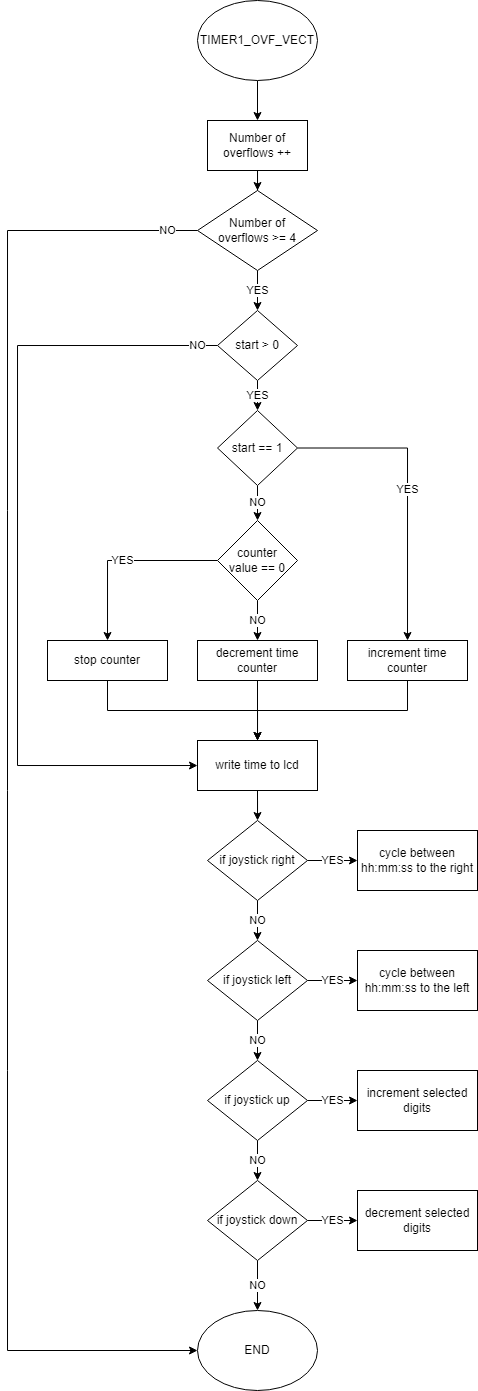
Above: images/TIMER1_flowchart.png in xDocka15/DE2_Projekt (draw.io), before the change. Source tidied: cells renumbered, new cells last; positions are measured from the earlier drawing's top-left corner, leaving out a move shared by most shapes. The source it was exported from:
```xml
<mxGraphModel>
  <root>
    <mxCell id="0" />
    <mxCell id="1" parent="0" />
    <mxCell id="2" style="edgeStyle=orthogonalEdgeStyle;rounded=0;jettySize=auto;html=1;exitX=0.5;exitY=1;exitDx=0;exitDy=0;" parent="1" edge="1" source="3" target="5">
      <mxGeometry relative="1" as="geometry" />
    </mxCell>
    <mxCell id="3" value="TIMER1_OVF_VECT" style="ellipse;whiteSpace=wrap;html=1;" parent="1" vertex="1">
      <mxGeometry x="190" width="120" height="80" as="geometry" />
    </mxCell>
    <mxCell id="4" style="edgeStyle=orthogonalEdgeStyle;rounded=0;jettySize=auto;html=1;exitX=0.5;exitY=1;exitDx=0;exitDy=0;" parent="1" edge="1" source="5" target="8">
      <mxGeometry relative="1" as="geometry" />
    </mxCell>
    <mxCell id="5" value="Number of &lt;br&gt;overflows ++" style="rounded=0;whiteSpace=wrap;html=1;" parent="1" vertex="1">
      <mxGeometry x="200" y="120" width="100" height="50" as="geometry" />
    </mxCell>
    <mxCell id="6" value="YES" style="edgeStyle=orthogonalEdgeStyle;rounded=0;jettySize=auto;html=1;exitX=0.5;exitY=1;exitDx=0;exitDy=0;" parent="1" edge="1" source="8" target="11">
      <mxGeometry relative="1" as="geometry" />
    </mxCell>
    <mxCell id="7" value="NO" style="edgeStyle=orthogonalEdgeStyle;rounded=0;jettySize=auto;html=1;exitX=0;exitY=0.5;exitDx=0;exitDy=0;entryX=0;entryY=0.5;entryDx=0;entryDy=0;" parent="1" edge="1" source="8" target="26">
      <mxGeometry x="-0.96" relative="1" as="geometry">
        <Array as="points">
          <mxPoint y="230" />
          <mxPoint y="1350" />
        </Array>
      </mxGeometry>
    </mxCell>
    <mxCell id="8" value="Number of&lt;br&gt;overflows &amp;gt;= 4" style="rhombus;whiteSpace=wrap;html=1;" parent="1" vertex="1">
      <mxGeometry x="190" y="190" width="120" height="80" as="geometry" />
    </mxCell>
    <mxCell id="9" value="YES" style="edgeStyle=orthogonalEdgeStyle;rounded=0;jettySize=auto;html=1;exitX=0.5;exitY=1;exitDx=0;exitDy=0;" parent="1" edge="1" source="11" target="14">
      <mxGeometry relative="1" as="geometry" />
    </mxCell>
    <mxCell id="10" value="NO" style="edgeStyle=orthogonalEdgeStyle;rounded=0;jettySize=auto;html=1;exitX=0;exitY=0.5;exitDx=0;exitDy=0;" parent="1" edge="1" source="11" target="25">
      <mxGeometry x="-0.95" relative="1" as="geometry">
        <Array as="points">
          <mxPoint x="10" y="345" />
          <mxPoint x="10" y="765" />
        </Array>
      </mxGeometry>
    </mxCell>
    <mxCell id="11" value="start &amp;gt; 0" style="rhombus;whiteSpace=wrap;html=1;" parent="1" vertex="1">
      <mxGeometry x="210" y="310" width="80" height="70" as="geometry" />
    </mxCell>
    <mxCell id="12" value="YES" style="edgeStyle=orthogonalEdgeStyle;rounded=0;jettySize=auto;html=1;exitX=1;exitY=0.5;exitDx=0;exitDy=0;" parent="1" edge="1" source="14" target="16">
      <mxGeometry relative="1" as="geometry" />
    </mxCell>
    <mxCell id="13" value="NO" style="edgeStyle=orthogonalEdgeStyle;rounded=0;jettySize=auto;html=1;exitX=0.5;exitY=1;exitDx=0;exitDy=0;" parent="1" edge="1" source="14" target="21">
      <mxGeometry relative="1" as="geometry" />
    </mxCell>
    <mxCell id="14" value="start == 1" style="rhombus;whiteSpace=wrap;html=1;" parent="1" vertex="1">
      <mxGeometry x="210" y="410" width="80" height="75" as="geometry" />
    </mxCell>
    <mxCell id="15" style="edgeStyle=orthogonalEdgeStyle;rounded=0;jettySize=auto;html=1;exitX=0.5;exitY=1;exitDx=0;exitDy=0;" parent="1" edge="1" source="16" target="25">
      <mxGeometry relative="1" as="geometry" />
    </mxCell>
    <mxCell id="16" value="increment time counter" style="rounded=0;whiteSpace=wrap;html=1;" parent="1" vertex="1">
      <mxGeometry x="340" y="640" width="120" height="40" as="geometry" />
    </mxCell>
    <mxCell id="17" style="edgeStyle=orthogonalEdgeStyle;rounded=0;jettySize=auto;html=1;exitX=0.5;exitY=1;exitDx=0;exitDy=0;" parent="1" edge="1" source="18" target="25">
      <mxGeometry relative="1" as="geometry" />
    </mxCell>
    <mxCell id="18" value="decrement time counter" style="rounded=0;whiteSpace=wrap;html=1;" parent="1" vertex="1">
      <mxGeometry x="190" y="640" width="120" height="40" as="geometry" />
    </mxCell>
    <mxCell id="19" value="NO" style="edgeStyle=orthogonalEdgeStyle;rounded=0;jettySize=auto;html=1;exitX=0.5;exitY=1;exitDx=0;exitDy=0;" parent="1" edge="1" source="21" target="18">
      <mxGeometry relative="1" as="geometry" />
    </mxCell>
    <mxCell id="20" value="YES" style="edgeStyle=orthogonalEdgeStyle;rounded=0;jettySize=auto;html=1;exitX=0;exitY=0.5;exitDx=0;exitDy=0;" parent="1" edge="1" source="21" target="23">
      <mxGeometry relative="1" as="geometry" />
    </mxCell>
    <mxCell id="21" value="counter &lt;br&gt;value == 0" style="rhombus;whiteSpace=wrap;html=1;" parent="1" vertex="1">
      <mxGeometry x="210" y="520" width="80" height="80" as="geometry" />
    </mxCell>
    <mxCell id="22" style="edgeStyle=orthogonalEdgeStyle;rounded=0;jettySize=auto;html=1;exitX=0.5;exitY=1;exitDx=0;exitDy=0;" parent="1" edge="1" source="23" target="25">
      <mxGeometry relative="1" as="geometry" />
    </mxCell>
    <mxCell id="23" value="stop counter" style="rounded=0;whiteSpace=wrap;html=1;" parent="1" vertex="1">
      <mxGeometry x="40" y="640" width="120" height="40" as="geometry" />
    </mxCell>
    <mxCell id="24" style="edgeStyle=orthogonalEdgeStyle;rounded=0;jettySize=auto;html=1;exitX=0.5;exitY=1;exitDx=0;exitDy=0;" parent="1" edge="1" source="25" target="29">
      <mxGeometry relative="1" as="geometry" />
    </mxCell>
    <mxCell id="25" value="write time to lcd" style="rounded=0;whiteSpace=wrap;html=1;" parent="1" vertex="1">
      <mxGeometry x="190" y="740" width="120" height="50" as="geometry" />
    </mxCell>
    <mxCell id="26" value="END" style="ellipse;whiteSpace=wrap;html=1;" parent="1" vertex="1">
      <mxGeometry x="190" y="1310" width="120" height="80" as="geometry" />
    </mxCell>
    <mxCell id="27" value="NO" style="edgeStyle=orthogonalEdgeStyle;rounded=0;jettySize=auto;html=1;exitX=0.5;exitY=1;exitDx=0;exitDy=0;" parent="1" edge="1" source="29" target="33">
      <mxGeometry relative="1" as="geometry" />
    </mxCell>
    <mxCell id="28" value="YES" style="edgeStyle=orthogonalEdgeStyle;rounded=0;jettySize=auto;html=1;exitX=1;exitY=0.5;exitDx=0;exitDy=0;" parent="1" edge="1" source="29" target="30">
      <mxGeometry relative="1" as="geometry" />
    </mxCell>
    <mxCell id="29" value="if joystick right" style="rhombus;whiteSpace=wrap;html=1;" parent="1" vertex="1">
      <mxGeometry x="200" y="820" width="100" height="80" as="geometry" />
    </mxCell>
    <mxCell id="30" value="cycle between hh:mm:ss to the right" style="rounded=0;whiteSpace=wrap;html=1;" parent="1" vertex="1">
      <mxGeometry x="350" y="830" width="120" height="60" as="geometry" />
    </mxCell>
    <mxCell id="31" value="YES" style="edgeStyle=orthogonalEdgeStyle;rounded=0;jettySize=auto;html=1;exitX=1;exitY=0.5;exitDx=0;exitDy=0;" parent="1" edge="1" source="33" target="34">
      <mxGeometry relative="1" as="geometry" />
    </mxCell>
    <mxCell id="32" value="NO" style="edgeStyle=orthogonalEdgeStyle;rounded=0;jettySize=auto;html=1;exitX=0.5;exitY=1;exitDx=0;exitDy=0;" parent="1" edge="1" source="33" target="37">
      <mxGeometry relative="1" as="geometry" />
    </mxCell>
    <mxCell id="33" value="if joystick left" style="rhombus;whiteSpace=wrap;html=1;" parent="1" vertex="1">
      <mxGeometry x="200" y="940" width="100" height="80" as="geometry" />
    </mxCell>
    <mxCell id="34" value="cycle between hh:mm:ss to the left" style="rounded=0;whiteSpace=wrap;html=1;" parent="1" vertex="1">
      <mxGeometry x="350" y="950" width="120" height="60" as="geometry" />
    </mxCell>
    <mxCell id="35" value="YES" style="edgeStyle=orthogonalEdgeStyle;rounded=0;jettySize=auto;html=1;exitX=1;exitY=0.5;exitDx=0;exitDy=0;" parent="1" edge="1" source="37" target="38">
      <mxGeometry relative="1" as="geometry" />
    </mxCell>
    <mxCell id="36" value="NO" style="edgeStyle=orthogonalEdgeStyle;rounded=0;jettySize=auto;html=1;exitX=0.5;exitY=1;exitDx=0;exitDy=0;" parent="1" edge="1" source="37" target="41">
      <mxGeometry relative="1" as="geometry" />
    </mxCell>
    <mxCell id="37" value="if joystick up" style="rhombus;whiteSpace=wrap;html=1;" parent="1" vertex="1">
      <mxGeometry x="200" y="1060" width="100" height="80" as="geometry" />
    </mxCell>
    <mxCell id="38" value="increment selected digits" style="rounded=0;whiteSpace=wrap;html=1;" parent="1" vertex="1">
      <mxGeometry x="350" y="1070" width="120" height="60" as="geometry" />
    </mxCell>
    <mxCell id="39" value="YES" style="edgeStyle=orthogonalEdgeStyle;rounded=0;jettySize=auto;html=1;exitX=1;exitY=0.5;exitDx=0;exitDy=0;" parent="1" edge="1" source="41" target="42">
      <mxGeometry relative="1" as="geometry" />
    </mxCell>
    <mxCell id="40" value="NO" style="edgeStyle=orthogonalEdgeStyle;rounded=0;jettySize=auto;html=1;exitX=0.5;exitY=1;exitDx=0;exitDy=0;" parent="1" edge="1" source="41" target="26">
      <mxGeometry relative="1" as="geometry" />
    </mxCell>
    <mxCell id="41" value="if joystick down" style="rhombus;whiteSpace=wrap;html=1;" parent="1" vertex="1">
      <mxGeometry x="200" y="1180" width="100" height="80" as="geometry" />
    </mxCell>
    <mxCell id="42" value="decrement selected digits" style="rounded=0;whiteSpace=wrap;html=1;" parent="1" vertex="1">
      <mxGeometry x="350" y="1190" width="120" height="60" as="geometry" />
    </mxCell>
  </root>
</mxGraphModel>
```
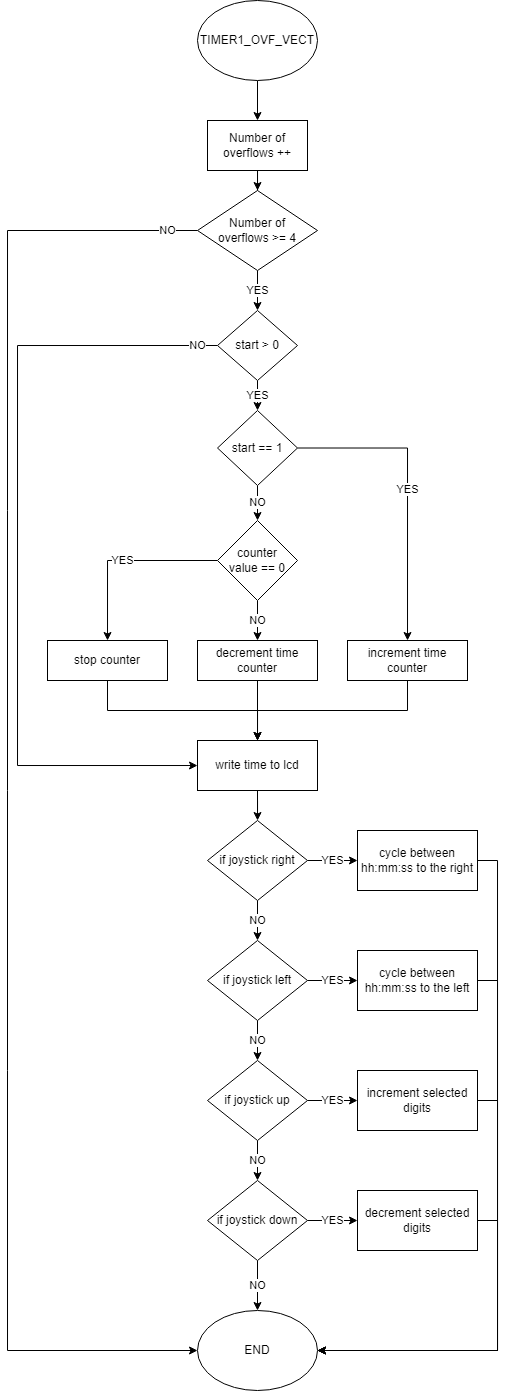
Later version of the same file.

What changed in the source:
```diff
@@ -96,6 +96,14 @@
     <mxCell id="29" value="if joystick right" style="rhombus;whiteSpace=wrap;html=1;" parent="1" vertex="1">
       <mxGeometry x="200" y="820" width="100" height="80" as="geometry" />
     </mxCell>
+    <mxCell id="43" style="edgeStyle=orthogonalEdgeStyle;rounded=0;jettySize=auto;html=1;exitX=1;exitY=0.5;exitDx=0;exitDy=0;" parent="1" edge="1" source="30" target="26">
+      <mxGeometry relative="1" as="geometry">
+        <Array as="points">
+          <mxPoint x="490" y="860" />
+          <mxPoint x="490" y="1350" />
+        </Array>
+      </mxGeometry>
+    </mxCell>
     <mxCell id="30" value="cycle between hh:mm:ss to the right" style="rounded=0;whiteSpace=wrap;html=1;" parent="1" vertex="1">
       <mxGeometry x="350" y="830" width="120" height="60" as="geometry" />
     </mxCell>
@@ -108,6 +116,14 @@
     <mxCell id="33" value="if joystick left" style="rhombus;whiteSpace=wrap;html=1;" parent="1" vertex="1">
       <mxGeometry x="200" y="940" width="100" height="80" as="geometry" />
     </mxCell>
+    <mxCell id="44" style="edgeStyle=orthogonalEdgeStyle;rounded=0;jettySize=auto;html=1;exitX=1;exitY=0.5;exitDx=0;exitDy=0;" parent="1" edge="1" source="34" target="26">
+      <mxGeometry relative="1" as="geometry">
+        <Array as="points">
+          <mxPoint x="490" y="980" />
+          <mxPoint x="490" y="1350" />
+        </Array>
+      </mxGeometry>
+    </mxCell>
     <mxCell id="34" value="cycle between hh:mm:ss to the left" style="rounded=0;whiteSpace=wrap;html=1;" parent="1" vertex="1">
       <mxGeometry x="350" y="950" width="120" height="60" as="geometry" />
     </mxCell>
@@ -120,6 +136,14 @@
     <mxCell id="37" value="if joystick up" style="rhombus;whiteSpace=wrap;html=1;" parent="1" vertex="1">
       <mxGeometry x="200" y="1060" width="100" height="80" as="geometry" />
     </mxCell>
+    <mxCell id="45" style="edgeStyle=orthogonalEdgeStyle;rounded=0;jettySize=auto;html=1;exitX=1;exitY=0.5;exitDx=0;exitDy=0;" parent="1" edge="1" source="38" target="26">
+      <mxGeometry relative="1" as="geometry">
+        <Array as="points">
+          <mxPoint x="490" y="1100" />
+          <mxPoint x="490" y="1350" />
+        </Array>
+      </mxGeometry>
+    </mxCell>
     <mxCell id="38" value="increment selected digits" style="rounded=0;whiteSpace=wrap;html=1;" parent="1" vertex="1">
       <mxGeometry x="350" y="1070" width="120" height="60" as="geometry" />
     </mxCell>
@@ -132,6 +156,9 @@
     <mxCell id="41" value="if joystick down" style="rhombus;whiteSpace=wrap;html=1;" parent="1" vertex="1">
       <mxGeometry x="200" y="1180" width="100" height="80" as="geometry" />
     </mxCell>
+    <mxCell id="46" style="edgeStyle=orthogonalEdgeStyle;rounded=0;jettySize=auto;html=1;exitX=1;exitY=0.5;exitDx=0;exitDy=0;entryX=1;entryY=0.5;entryDx=0;entryDy=0;" parent="1" edge="1" source="42" target="26">
+      <mxGeometry relative="1" as="geometry" />
+    </mxCell>
     <mxCell id="42" value="decrement selected digits" style="rounded=0;whiteSpace=wrap;html=1;" parent="1" vertex="1">
       <mxGeometry x="350" y="1190" width="120" height="60" as="geometry" />
     </mxCell>
```
